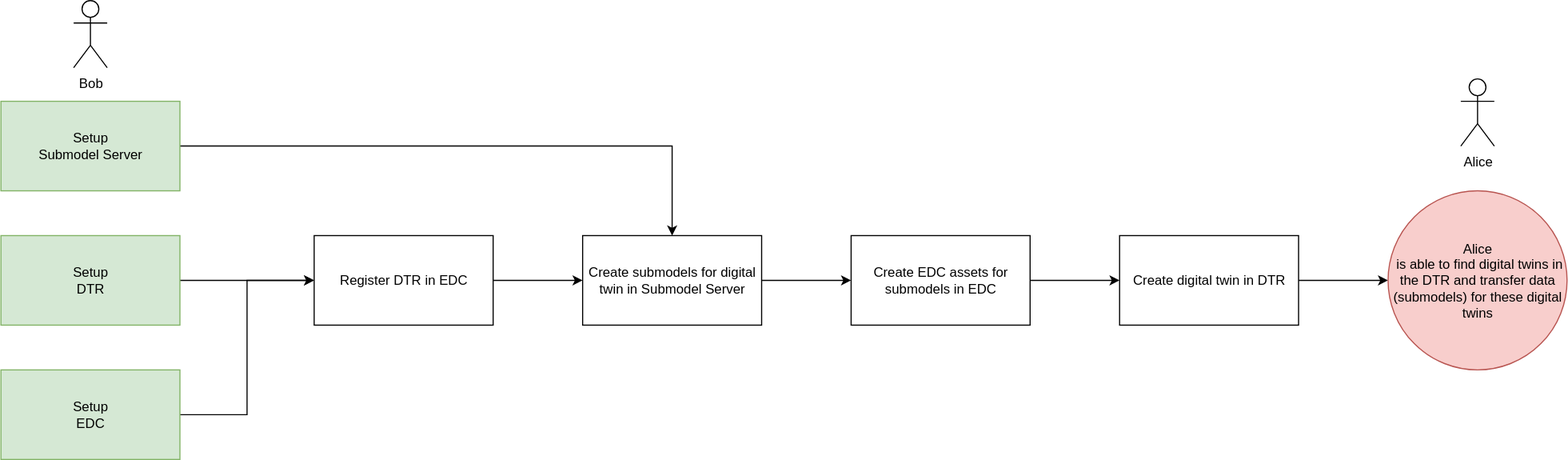
Above: docs/user/guides/digitaltwin-exchange/images/Setup_Example.drawio.svg in eclipse-tractusx/tractus-x-umbrella (draw.io), before the change. Source tidied: cells renumbered, new cells last; positions are measured from the earlier drawing's top-left corner, leaving out a move shared by most shapes. Source of this version:
```xml
<mxGraphModel>
  <root>
    <mxCell id="0" />
    <mxCell id="1" parent="0" />
    <mxCell id="2" style="edgeStyle=orthogonalEdgeStyle;rounded=0;jettySize=auto;html=1;entryX=0.5;entryY=0;entryDx=0;entryDy=0;" parent="1" edge="1" source="3" target="9">
      <mxGeometry relative="1" as="geometry" />
    </mxCell>
    <mxCell id="3" value="Setup&lt;div&gt;Submodel Server&lt;/div&gt;" style="rounded=0;whiteSpace=wrap;html=1;fillColor=#d5e8d4;strokeColor=#82b366;" parent="1" vertex="1">
      <mxGeometry y="90" width="160" height="80" as="geometry" />
    </mxCell>
    <mxCell id="4" style="edgeStyle=orthogonalEdgeStyle;rounded=0;jettySize=auto;html=1;entryX=0;entryY=0.5;entryDx=0;entryDy=0;" parent="1" edge="1" source="5" target="11">
      <mxGeometry relative="1" as="geometry" />
    </mxCell>
    <mxCell id="5" value="Setup&lt;div&gt;DTR&lt;/div&gt;" style="rounded=0;whiteSpace=wrap;html=1;fillColor=#d5e8d4;strokeColor=#82b366;" parent="1" vertex="1">
      <mxGeometry y="210" width="160" height="80" as="geometry" />
    </mxCell>
    <mxCell id="6" style="edgeStyle=orthogonalEdgeStyle;rounded=0;jettySize=auto;html=1;entryX=0;entryY=0.5;entryDx=0;entryDy=0;" parent="1" edge="1" source="7" target="11">
      <mxGeometry relative="1" as="geometry" />
    </mxCell>
    <mxCell id="7" value="Setup&lt;div&gt;EDC&lt;/div&gt;" style="rounded=0;whiteSpace=wrap;html=1;fillColor=#d5e8d4;strokeColor=#82b366;" parent="1" vertex="1">
      <mxGeometry y="330" width="160" height="80" as="geometry" />
    </mxCell>
    <mxCell id="8" style="edgeStyle=orthogonalEdgeStyle;rounded=0;jettySize=auto;html=1;entryX=0;entryY=0.5;entryDx=0;entryDy=0;" parent="1" edge="1" source="9" target="13">
      <mxGeometry relative="1" as="geometry" />
    </mxCell>
    <mxCell id="9" value="Create submodels for digital twin in Submodel Server" style="rounded=0;whiteSpace=wrap;html=1;" parent="1" vertex="1">
      <mxGeometry x="520" y="210" width="160" height="80" as="geometry" />
    </mxCell>
    <mxCell id="10" style="edgeStyle=orthogonalEdgeStyle;rounded=0;jettySize=auto;html=1;entryX=0;entryY=0.5;entryDx=0;entryDy=0;" parent="1" edge="1" source="11" target="9">
      <mxGeometry relative="1" as="geometry" />
    </mxCell>
    <mxCell id="11" value="Register DTR in EDC" style="rounded=0;whiteSpace=wrap;html=1;" parent="1" vertex="1">
      <mxGeometry x="280" y="210" width="160" height="80" as="geometry" />
    </mxCell>
    <mxCell id="12" style="edgeStyle=orthogonalEdgeStyle;rounded=0;jettySize=auto;html=1;entryX=0;entryY=0.5;entryDx=0;entryDy=0;" parent="1" edge="1" source="13" target="15">
      <mxGeometry relative="1" as="geometry" />
    </mxCell>
    <mxCell id="13" value="Create EDC assets for submodels in EDC" style="rounded=0;whiteSpace=wrap;html=1;" parent="1" vertex="1">
      <mxGeometry x="760" y="210" width="160" height="80" as="geometry" />
    </mxCell>
    <mxCell id="14" style="edgeStyle=orthogonalEdgeStyle;rounded=0;jettySize=auto;html=1;" parent="1" edge="1" source="15" target="16">
      <mxGeometry relative="1" as="geometry" />
    </mxCell>
    <mxCell id="15" value="Create digital twin in DTR" style="rounded=0;whiteSpace=wrap;html=1;" parent="1" vertex="1">
      <mxGeometry x="1000" y="210" width="160" height="80" as="geometry" />
    </mxCell>
    <mxCell id="16" value="Alice&lt;div&gt;&amp;nbsp;is able to find digital twins in the DTR and transfer data (submodels) for these digital twins&lt;/div&gt;" style="ellipse;whiteSpace=wrap;html=1;fillColor=#f8cecc;strokeColor=#b85450;" parent="1" vertex="1">
      <mxGeometry x="1240" y="170" width="160" height="160" as="geometry" />
    </mxCell>
    <mxCell id="17" value="Bob" style="shape=umlActor;verticalLabelPosition=bottom;verticalAlign=top;html=1;" parent="1" vertex="1">
      <mxGeometry x="65" width="30" height="60" as="geometry" />
    </mxCell>
    <mxCell id="18" value="Alice" style="shape=umlActor;verticalLabelPosition=bottom;verticalAlign=top;html=1;" parent="1" vertex="1">
      <mxGeometry x="1305" y="70" width="30" height="60" as="geometry" />
    </mxCell>
  </root>
</mxGraphModel>
```
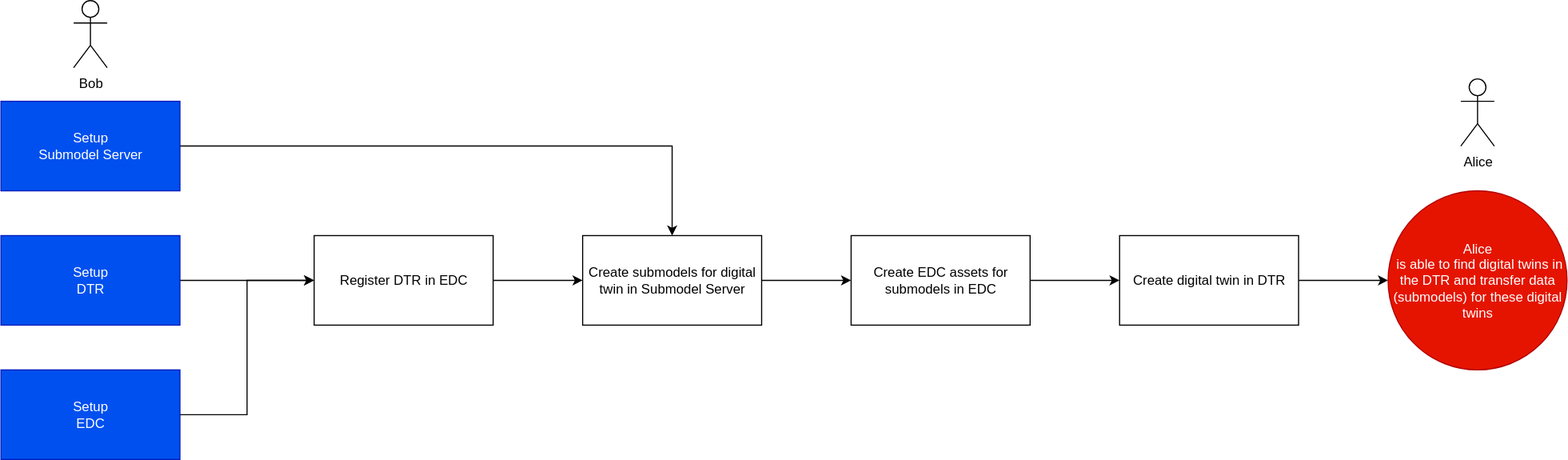
After the change.

Change to the diagram source:
```diff
@@ -5,19 +5,19 @@
     <mxCell id="2" style="edgeStyle=orthogonalEdgeStyle;rounded=0;jettySize=auto;html=1;entryX=0.5;entryY=0;entryDx=0;entryDy=0;" parent="1" edge="1" source="3" target="9">
       <mxGeometry relative="1" as="geometry" />
     </mxCell>
-    <mxCell id="3" value="Setup&lt;div&gt;Submodel Server&lt;/div&gt;" style="rounded=0;whiteSpace=wrap;html=1;fillColor=#d5e8d4;strokeColor=#82b366;" parent="1" vertex="1">
+    <mxCell id="3" value="Setup&lt;div&gt;Submodel Server&lt;/div&gt;" style="rounded=0;whiteSpace=wrap;html=1;fillColor=#0050ef;strokeColor=#001DBC;fontColor=#ffffff;" parent="1" vertex="1">
       <mxGeometry y="90" width="160" height="80" as="geometry" />
     </mxCell>
     <mxCell id="4" style="edgeStyle=orthogonalEdgeStyle;rounded=0;jettySize=auto;html=1;entryX=0;entryY=0.5;entryDx=0;entryDy=0;" parent="1" edge="1" source="5" target="11">
       <mxGeometry relative="1" as="geometry" />
     </mxCell>
-    <mxCell id="5" value="Setup&lt;div&gt;DTR&lt;/div&gt;" style="rounded=0;whiteSpace=wrap;html=1;fillColor=#d5e8d4;strokeColor=#82b366;" parent="1" vertex="1">
+    <mxCell id="5" value="Setup&lt;div&gt;DTR&lt;/div&gt;" style="rounded=0;whiteSpace=wrap;html=1;fillColor=#0050ef;strokeColor=#001DBC;fontColor=#ffffff;" parent="1" vertex="1">
       <mxGeometry y="210" width="160" height="80" as="geometry" />
     </mxCell>
     <mxCell id="6" style="edgeStyle=orthogonalEdgeStyle;rounded=0;jettySize=auto;html=1;entryX=0;entryY=0.5;entryDx=0;entryDy=0;" parent="1" edge="1" source="7" target="11">
       <mxGeometry relative="1" as="geometry" />
     </mxCell>
-    <mxCell id="7" value="Setup&lt;div&gt;EDC&lt;/div&gt;" style="rounded=0;whiteSpace=wrap;html=1;fillColor=#d5e8d4;strokeColor=#82b366;" parent="1" vertex="1">
+    <mxCell id="7" value="Setup&lt;div&gt;EDC&lt;/div&gt;" style="rounded=0;whiteSpace=wrap;html=1;fillColor=#0050ef;strokeColor=#001DBC;fontColor=#ffffff;" parent="1" vertex="1">
       <mxGeometry y="330" width="160" height="80" as="geometry" />
     </mxCell>
     <mxCell id="8" style="edgeStyle=orthogonalEdgeStyle;rounded=0;jettySize=auto;html=1;entryX=0;entryY=0.5;entryDx=0;entryDy=0;" parent="1" edge="1" source="9" target="13">
@@ -44,7 +44,7 @@
     <mxCell id="15" value="Create digital twin in DTR" style="rounded=0;whiteSpace=wrap;html=1;" parent="1" vertex="1">
       <mxGeometry x="1000" y="210" width="160" height="80" as="geometry" />
     </mxCell>
-    <mxCell id="16" value="Alice&lt;div&gt;&amp;nbsp;is able to find digital twins in the DTR and transfer data (submodels) for these digital twins&lt;/div&gt;" style="ellipse;whiteSpace=wrap;html=1;fillColor=#f8cecc;strokeColor=#b85450;" parent="1" vertex="1">
+    <mxCell id="16" value="Alice&lt;div&gt;&amp;nbsp;is able to find digital twins in the DTR and transfer data (submodels) for these digital twins&lt;/div&gt;" style="ellipse;whiteSpace=wrap;html=1;fillColor=#e51400;strokeColor=#B20000;fontColor=#ffffff;" parent="1" vertex="1">
       <mxGeometry x="1240" y="170" width="160" height="160" as="geometry" />
     </mxCell>
     <mxCell id="17" value="Bob" style="shape=umlActor;verticalLabelPosition=bottom;verticalAlign=top;html=1;" parent="1" vertex="1">
```
